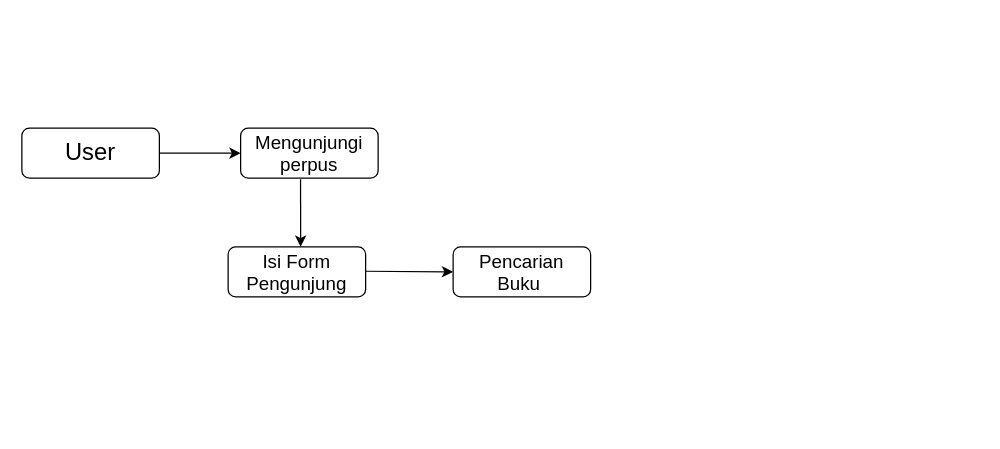
The draw.io diagram alur-perpus-digital.drawio in Irgicahya/Perpustakaan-digital-, before the edit. Source tidied: cells renumbered, new cells numbered last; positions are measured from the earlier drawing's top-left corner, leaving out a move shared by most shapes. Both pictures are drawn from the tidied source at 125%, with x=0, y=0 at pixel (21, 128).
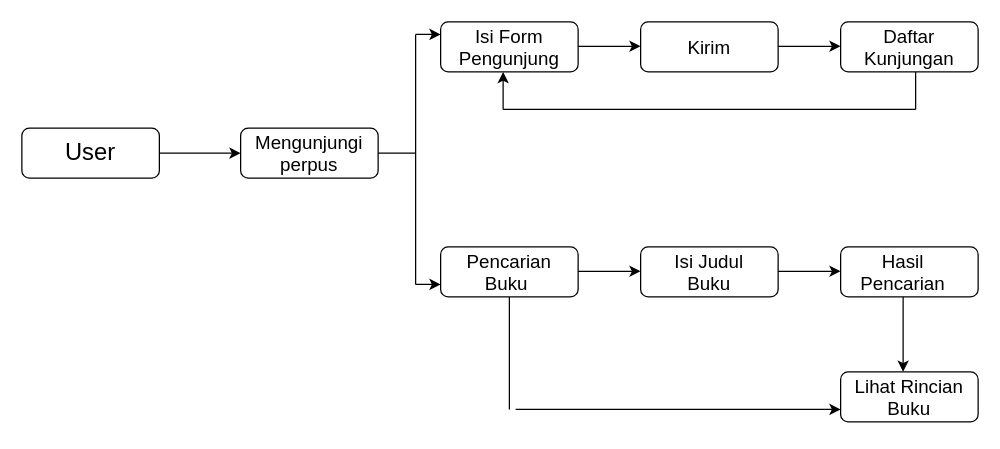
The same diagram, later.

Unchanged cells that the change refers to:
```xml
<mxCell id="5" style="rounded=1;whiteSpace=wrap;html=1;" parent="1" vertex="1">
  <mxGeometry x="175" width="110" height="40" as="geometry" />
</mxCell>
```

What changed in the source:
```diff
@@
     <mxCell id="7" style="rounded=1;whiteSpace=wrap;html=1;" parent="1" vertex="1">
-      <mxGeometry x="165" y="95" width="110" height="40" as="geometry" />
+      <mxGeometry x="335" y="-85" width="110" height="40" as="geometry" />
     </mxCell>
-    <mxCell id="8" style="endArrow=classic;html=1;rounded=0;exitX=0.436;exitY=1.022;exitDx=0;exitDy=0;exitPerimeter=0;" parent="1" edge="1" source="5">
-      <mxGeometry relative="1" as="geometry">
-        <mxPoint x="223" y="95" as="targetPoint" />
-      </mxGeometry>
-    </mxCell>
     <mxCell id="9" value="&lt;span style=&quot;font-size: 15px;&quot;&gt;Isi Form Pengunjung&lt;/span&gt;" style="text;html=1;strokeColor=none;fillColor=none;align=center;verticalAlign=middle;whiteSpace=wrap;rounded=0;" parent="1" vertex="1">
-      <mxGeometry x="200" y="100" width="40" height="30" as="geometry" />
+      <mxGeometry x="370" y="-80" width="40" height="30" as="geometry" />
     </mxCell>
     <mxCell id="10" style="rounded=1;whiteSpace=wrap;html=1;" parent="1" vertex="1">
-      <mxGeometry x="345" y="95" width="110" height="40" as="geometry" />
+      <mxGeometry x="335" y="95" width="110" height="40" as="geometry" />
     </mxCell>
-    <mxCell id="11" style="endArrow=classic;html=1;rounded=0;exitX=1;exitY=0.5;exitDx=0;exitDy=0;entryX=0;entryY=0.5;entryDx=0;entryDy=0;" parent="1" edge="1" target="10">
-      <mxGeometry relative="1" as="geometry">
-        <mxPoint x="275" y="114.5" as="sourcePoint" />
-      </mxGeometry>
-    </mxCell>
     <mxCell id="12" value="&lt;span style=&quot;font-size: 15px;&quot;&gt;Pencarian Buku&amp;nbsp;&lt;br&gt;&lt;/span&gt;" style="text;html=1;strokeColor=none;fillColor=none;align=center;verticalAlign=middle;whiteSpace=wrap;rounded=0;" parent="1" vertex="1">
-      <mxGeometry x="380" y="100" width="40" height="30" as="geometry" />
+      <mxGeometry x="370" y="100" width="40" height="30" as="geometry" />
     </mxCell>
+    <mxCell id="13" style="endArrow=classic;html=1;rounded=0;" parent="1" edge="1">
+      <mxGeometry relative="1" as="geometry">
+        <mxPoint x="445" y="114.5" as="sourcePoint" />
+        <mxPoint x="495" y="114.5" as="targetPoint" />
+      </mxGeometry>
+    </mxCell>
+    <mxCell id="14" style="rounded=1;whiteSpace=wrap;html=1;" parent="1" vertex="1">
+      <mxGeometry x="495" y="95" width="110" height="40" as="geometry" />
+    </mxCell>
+    <mxCell id="15" value="&lt;font style=&quot;font-size: 15px;&quot;&gt;Isi Judul Buku&lt;/font&gt;" style="text;html=1;strokeColor=none;fillColor=none;align=center;verticalAlign=middle;whiteSpace=wrap;rounded=0;" parent="1" vertex="1">
+      <mxGeometry x="520" y="100" width="60" height="30" as="geometry" />
+    </mxCell>
+    <mxCell id="16" style="rounded=1;whiteSpace=wrap;html=1;" parent="1" vertex="1">
+      <mxGeometry x="655" y="95" width="110" height="40" as="geometry" />
+    </mxCell>
+    <mxCell id="17" style="endArrow=classic;html=1;rounded=0;" parent="1" edge="1">
+      <mxGeometry relative="1" as="geometry">
+        <mxPoint x="605" y="114.5" as="sourcePoint" />
+        <mxPoint x="655" y="114.5" as="targetPoint" />
+      </mxGeometry>
+    </mxCell>
+    <mxCell id="18" value="&lt;font style=&quot;font-size: 15px;&quot;&gt;Hasil Pencarian&lt;/font&gt;" style="text;html=1;strokeColor=none;fillColor=none;align=center;verticalAlign=middle;whiteSpace=wrap;rounded=0;" parent="1" vertex="1">
+      <mxGeometry x="675" y="100" width="60" height="30" as="geometry" />
+    </mxCell>
+    <mxCell id="19" style="endArrow=classic;html=1;rounded=0;" parent="1" edge="1">
+      <mxGeometry relative="1" as="geometry">
+        <mxPoint x="705" y="135" as="sourcePoint" />
+        <mxPoint x="705" y="195" as="targetPoint" />
+      </mxGeometry>
+    </mxCell>
+    <mxCell id="20" style="rounded=1;whiteSpace=wrap;html=1;" parent="1" vertex="1">
+      <mxGeometry x="655" y="195" width="110" height="40" as="geometry" />
+    </mxCell>
+    <mxCell id="21" value="&lt;font style=&quot;font-size: 15px;&quot;&gt;Lihat Rincian Buku&lt;/font&gt;" style="text;html=1;strokeColor=none;fillColor=none;align=center;verticalAlign=middle;whiteSpace=wrap;rounded=0;" parent="1" vertex="1">
+      <mxGeometry x="665" y="191.2" width="90" height="47.5" as="geometry" />
+    </mxCell>
+    <mxCell id="22" style="endArrow=none;html=1;rounded=0;exitX=1;exitY=0.5;exitDx=0;exitDy=0;" parent="1" edge="1" source="5">
+      <mxGeometry relative="1" as="geometry">
+        <mxPoint x="315" y="20" as="targetPoint" />
+      </mxGeometry>
+    </mxCell>
+    <mxCell id="23" style="endArrow=none;html=1;rounded=0;" parent="1" edge="1">
+      <mxGeometry relative="1" as="geometry">
+        <mxPoint x="315" y="125" as="sourcePoint" />
+        <mxPoint x="315" y="-75" as="targetPoint" />
+      </mxGeometry>
+    </mxCell>
+    <mxCell id="24" style="endArrow=classic;html=1;rounded=0;entryX=0;entryY=0.25;entryDx=0;entryDy=0;" parent="1" edge="1" target="7">
+      <mxGeometry relative="1" as="geometry">
+        <mxPoint x="315" y="-75" as="sourcePoint" />
+      </mxGeometry>
+    </mxCell>
+    <mxCell id="25" style="endArrow=classic;html=1;rounded=0;" parent="1" edge="1">
+      <mxGeometry relative="1" as="geometry">
+        <mxPoint x="315" y="125" as="sourcePoint" />
+        <mxPoint x="335" y="125" as="targetPoint" />
+      </mxGeometry>
+    </mxCell>
+    <mxCell id="26" style="endArrow=classic;html=1;rounded=0;" parent="1" edge="1">
+      <mxGeometry relative="1" as="geometry">
+        <mxPoint x="445" y="-65.5" as="sourcePoint" />
+        <mxPoint x="495" y="-65.5" as="targetPoint" />
+      </mxGeometry>
+    </mxCell>
+    <mxCell id="27" style="rounded=1;whiteSpace=wrap;html=1;" parent="1" vertex="1">
+      <mxGeometry x="495" y="-85" width="110" height="40" as="geometry" />
+    </mxCell>
+    <mxCell id="28" style="endArrow=classic;html=1;rounded=0;" parent="1" edge="1">
+      <mxGeometry relative="1" as="geometry">
+        <mxPoint x="605" y="-65.5" as="sourcePoint" />
+        <mxPoint x="655" y="-65.5" as="targetPoint" />
+      </mxGeometry>
+    </mxCell>
+    <mxCell id="29" style="rounded=1;whiteSpace=wrap;html=1;" parent="1" vertex="1">
+      <mxGeometry x="655" y="-85" width="110" height="40" as="geometry" />
+    </mxCell>
+    <mxCell id="30" style="endArrow=none;html=1;rounded=0;" parent="1" edge="1">
+      <mxGeometry relative="1" as="geometry">
+        <mxPoint x="715" y="-15" as="sourcePoint" />
+        <mxPoint x="715" y="-45" as="targetPoint" />
+      </mxGeometry>
+    </mxCell>
+    <mxCell id="31" style="endArrow=none;html=1;rounded=0;" parent="1" edge="1">
+      <mxGeometry relative="1" as="geometry">
+        <mxPoint x="385" y="-15" as="sourcePoint" />
+        <mxPoint x="715" y="-15" as="targetPoint" />
+      </mxGeometry>
+    </mxCell>
+    <mxCell id="32" style="endArrow=classic;html=1;rounded=0;" parent="1" edge="1">
+      <mxGeometry relative="1" as="geometry">
+        <mxPoint x="385" y="-15" as="sourcePoint" />
+        <mxPoint x="385" y="-45" as="targetPoint" />
+      </mxGeometry>
+    </mxCell>
+    <mxCell id="33" value="&lt;span style=&quot;font-size: 15px;&quot;&gt;Kirim&lt;br&gt;&lt;/span&gt;" style="text;html=1;strokeColor=none;fillColor=none;align=center;verticalAlign=middle;whiteSpace=wrap;rounded=0;" parent="1" vertex="1">
+      <mxGeometry x="530" y="-80" width="40" height="30" as="geometry" />
+    </mxCell>
+    <mxCell id="34" value="&lt;span style=&quot;font-size: 15px;&quot;&gt;Daftar Kunjungan&lt;br&gt;&lt;/span&gt;" style="text;html=1;strokeColor=none;fillColor=none;align=center;verticalAlign=middle;whiteSpace=wrap;rounded=0;" parent="1" vertex="1">
+      <mxGeometry x="690" y="-80" width="40" height="30" as="geometry" />
+    </mxCell>
+    <mxCell id="35" style="endArrow=none;html=1;rounded=0;entryX=0.5;entryY=1;entryDx=0;entryDy=0;" parent="1" edge="1" target="10">
+      <mxGeometry relative="1" as="geometry">
+        <mxPoint x="390" y="225" as="sourcePoint" />
+      </mxGeometry>
+    </mxCell>
+    <mxCell id="36" style="endArrow=classic;html=1;rounded=0;entryX=0;entryY=0.75;entryDx=0;entryDy=0;" parent="1" edge="1" target="20">
+      <mxGeometry relative="1" as="geometry">
+        <mxPoint x="395" y="225" as="sourcePoint" />
+      </mxGeometry>
+    </mxCell>
```
